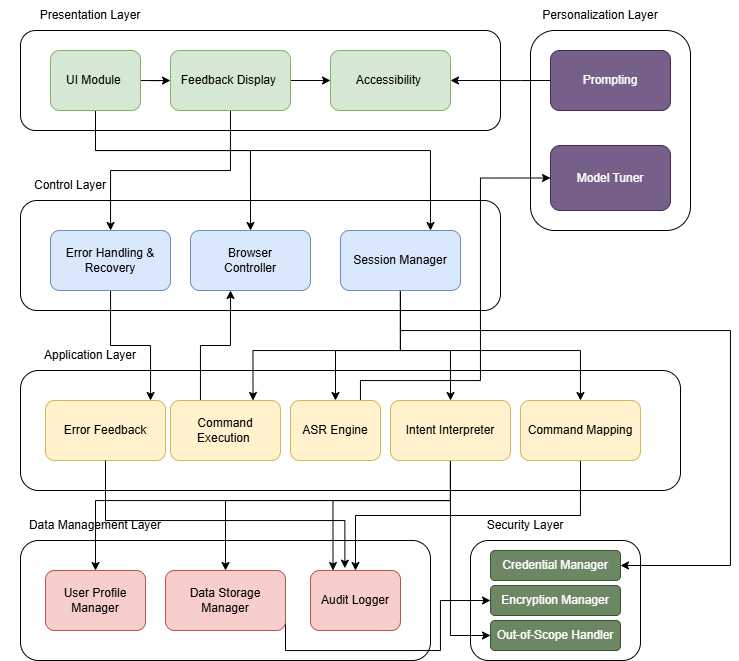
This is docs/imgs/UseHierarchy.png from speech-buddies/VoiceBridge, a draw.io export, as it was before one commit. Source tidied: cells renumbered, new cells last; positions are measured from the earlier drawing's top-left corner, leaving out a move shared by most shapes.
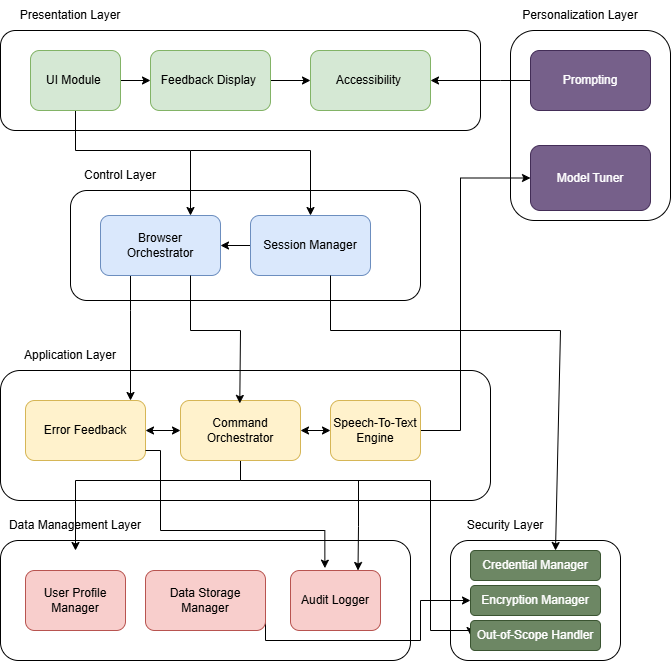
Later version of the same file.

Commit message:
Fixing use hierarchy diagram

Change to the diagram source:
```diff
@@ -9,45 +9,34 @@
       <mxGeometry x="20" width="140" height="30" as="geometry" />
     </mxCell>
     <mxCell id="4" style="rounded=1;whiteSpace=wrap;html=1;" parent="1" vertex="1">
-      <mxGeometry x="20" y="200" width="480" height="110" as="geometry" />
+      <mxGeometry x="90" y="190" width="350" height="110" as="geometry" />
     </mxCell>
     <mxCell id="5" style="rounded=1;whiteSpace=wrap;html=1;" parent="1" vertex="1">
-      <mxGeometry x="20" y="370" width="660" height="120" as="geometry" />
+      <mxGeometry x="20" y="370" width="490" height="130" as="geometry" />
     </mxCell>
     <mxCell id="6" style="rounded=1;whiteSpace=wrap;html=1;" parent="1" vertex="1">
       <mxGeometry x="20" y="540" width="410" height="120" as="geometry" />
     </mxCell>
     <mxCell id="7" style="rounded=1;whiteSpace=wrap;html=1;" parent="1" vertex="1">
-      <mxGeometry x="530" y="30" width="160" height="200" as="geometry" />
+      <mxGeometry x="530" y="30" width="160" height="190" as="geometry" />
     </mxCell>
     <mxCell id="8" style="rounded=1;whiteSpace=wrap;html=1;" parent="1" vertex="1">
       <mxGeometry x="470" y="540" width="170" height="120" as="geometry" />
     </mxCell>
-    <mxCell id="9" style="edgeStyle=orthogonalEdgeStyle;rounded=0;jettySize=auto;html=1;entryX=0.75;entryY=0;entryDx=0;entryDy=0;" parent="1" edge="1" source="12" target="26">
-      <mxGeometry relative="1" as="geometry">
-        <Array as="points">
-          <mxPoint x="95" y="150" />
-          <mxPoint x="430" y="150" />
-        </Array>
-      </mxGeometry>
-    </mxCell>
     <mxCell id="10" style="edgeStyle=orthogonalEdgeStyle;rounded=0;jettySize=auto;html=1;" parent="1" edge="1" source="12" target="15">
       <mxGeometry relative="1" as="geometry" />
     </mxCell>
-    <mxCell id="11" style="edgeStyle=orthogonalEdgeStyle;rounded=0;jettySize=auto;html=1;entryX=0.5;entryY=0;entryDx=0;entryDy=0;" parent="1" edge="1" source="12" target="20">
+    <mxCell id="11" style="edgeStyle=orthogonalEdgeStyle;rounded=0;jettySize=auto;html=1;entryX=0.75;entryY=0;entryDx=0;entryDy=0;" parent="1" edge="1" source="12" target="20">
       <mxGeometry relative="1" as="geometry">
         <Array as="points">
           <mxPoint x="95" y="150" />
-          <mxPoint x="250" y="150" />
+          <mxPoint x="210" y="150" />
         </Array>
       </mxGeometry>
     </mxCell>
     <mxCell id="12" value="UI Module&amp;nbsp;" style="rounded=1;whiteSpace=wrap;html=1;fillColor=#d5e8d4;strokeColor=#82b366;" parent="1" vertex="1">
       <mxGeometry x="50" y="50" width="90" height="60" as="geometry" />
     </mxCell>
-    <mxCell id="13" style="edgeStyle=orthogonalEdgeStyle;rounded=0;jettySize=auto;html=1;" parent="1" edge="1" source="15" target="18">
-      <mxGeometry relative="1" as="geometry" />
-    </mxCell>
     <mxCell id="14" style="edgeStyle=orthogonalEdgeStyle;rounded=0;jettySize=auto;html=1;" parent="1" edge="1" source="15" target="16">
       <mxGeometry relative="1" as="geometry" />
     </mxCell>
@@ -57,66 +46,25 @@
     <mxCell id="16" value="Accessibility&amp;nbsp;" style="rounded=1;whiteSpace=wrap;html=1;fillColor=#d5e8d4;strokeColor=#82b366;" parent="1" vertex="1">
       <mxGeometry x="330" y="50" width="120" height="60" as="geometry" />
     </mxCell>
-    <mxCell id="17" style="edgeStyle=orthogonalEdgeStyle;rounded=0;jettySize=auto;html=1;" parent="1" edge="1" source="18" target="28">
+    <mxCell id="17" style="edgeStyle=orthogonalEdgeStyle;rounded=0;jettySize=auto;html=1;exitX=0.25;exitY=1;exitDx=0;exitDy=0;" parent="1" edge="1" source="20" target="28">
       <mxGeometry relative="1" as="geometry">
         <Array as="points">
-          <mxPoint x="110" y="345" />
-          <mxPoint x="150" y="345" />
+          <mxPoint x="150" y="310" />
+          <mxPoint x="150" y="310" />
         </Array>
       </mxGeometry>
     </mxCell>
-    <mxCell id="18" value="Error Handling &amp;amp; Recovery" style="rounded=1;whiteSpace=wrap;html=1;fillColor=#dae8fc;strokeColor=#6c8ebf;" parent="1" vertex="1">
-      <mxGeometry x="50" y="230" width="120" height="60" as="geometry" />
-    </mxCell>
     <mxCell id="19" value="Control Layer" style="text;html=1;whiteSpace=wrap;strokeColor=none;fillColor=none;align=center;verticalAlign=middle;rounded=0;" parent="1" vertex="1">
-      <mxGeometry y="170" width="140" height="30" as="geometry" />
+      <mxGeometry x="70" y="160" width="140" height="30" as="geometry" />
     </mxCell>
-    <mxCell id="20" value="Browser&lt;div&gt;Controller&lt;/div&gt;" style="rounded=1;whiteSpace=wrap;html=1;fillColor=#dae8fc;strokeColor=#6c8ebf;" parent="1" vertex="1">
-      <mxGeometry x="190" y="230" width="120" height="60" as="geometry" />
+    <mxCell id="20" value="Browser&lt;div&gt;Orchestrator&lt;/div&gt;" style="rounded=1;whiteSpace=wrap;html=1;fillColor=#dae8fc;strokeColor=#6c8ebf;" parent="1" vertex="1">
+      <mxGeometry x="120" y="215" width="120" height="60" as="geometry" />
     </mxCell>
-    <mxCell id="21" style="edgeStyle=orthogonalEdgeStyle;rounded=0;jettySize=auto;html=1;entryX=0.75;entryY=0;entryDx=0;entryDy=0;" parent="1" edge="1" source="26" target="30">
-      <mxGeometry relative="1" as="geometry">
-        <Array as="points">
-          <mxPoint x="400" y="350" />
-          <mxPoint x="253" y="350" />
-        </Array>
-      </mxGeometry>
-    </mxCell>
-    <mxCell id="22" style="edgeStyle=orthogonalEdgeStyle;rounded=0;jettySize=auto;html=1;" parent="1" edge="1" source="26" target="32">
-      <mxGeometry relative="1" as="geometry">
-        <Array as="points">
-          <mxPoint x="400" y="350" />
-          <mxPoint x="335" y="350" />
-        </Array>
-      </mxGeometry>
-    </mxCell>
-    <mxCell id="23" style="edgeStyle=orthogonalEdgeStyle;rounded=0;jettySize=auto;html=1;entryX=0.5;entryY=0;entryDx=0;entryDy=0;" parent="1" edge="1" source="26" target="37">
-      <mxGeometry relative="1" as="geometry">
-        <Array as="points">
-          <mxPoint x="400" y="350" />
-          <mxPoint x="450" y="350" />
-        </Array>
-      </mxGeometry>
-    </mxCell>
-    <mxCell id="24" style="edgeStyle=orthogonalEdgeStyle;rounded=0;jettySize=auto;html=1;" parent="1" edge="1" source="26" target="39">
-      <mxGeometry relative="1" as="geometry">
-        <Array as="points">
-          <mxPoint x="400" y="350" />
-          <mxPoint x="580" y="350" />
-        </Array>
-      </mxGeometry>
-    </mxCell>
-    <mxCell id="25" style="edgeStyle=orthogonalEdgeStyle;rounded=0;jettySize=auto;html=1;entryX=1;entryY=0.5;entryDx=0;entryDy=0;" parent="1" edge="1" source="26" target="49">
-      <mxGeometry relative="1" as="geometry">
-        <Array as="points">
-          <mxPoint x="400" y="330" />
-          <mxPoint x="730" y="330" />
-          <mxPoint x="730" y="565" />
-        </Array>
-      </mxGeometry>
-    </mxCell>
+    <mxCell id="54" style="edgeStyle=orthogonalEdgeStyle;rounded=0;jettySize=auto;html=1;exitX=0;exitY=0.5;exitDx=0;exitDy=0;entryX=1;entryY=0.5;entryDx=0;entryDy=0;" parent="1" edge="1" source="26" target="20">
+      <mxGeometry relative="1" as="geometry" />
+    </mxCell>
     <mxCell id="26" value="Session Manager" style="rounded=1;whiteSpace=wrap;html=1;fillColor=#dae8fc;strokeColor=#6c8ebf;" parent="1" vertex="1">
-      <mxGeometry x="340" y="230" width="120" height="60" as="geometry" />
+      <mxGeometry x="270" y="215" width="120" height="60" as="geometry" />
     </mxCell>
     <mxCell id="27" value="Application Layer" style="text;html=1;whiteSpace=wrap;strokeColor=none;fillColor=none;align=center;verticalAlign=middle;rounded=0;" parent="1" vertex="1">
       <mxGeometry x="20" y="340" width="140" height="30" as="geometry" />
@@ -124,67 +72,52 @@
     <mxCell id="28" value="Error Feedback" style="rounded=1;whiteSpace=wrap;html=1;fillColor=#fff2cc;strokeColor=#d6b656;" parent="1" vertex="1">
       <mxGeometry x="45" y="400" width="120" height="60" as="geometry" />
     </mxCell>
-    <mxCell id="29" style="edgeStyle=orthogonalEdgeStyle;rounded=0;jettySize=auto;html=1;" parent="1" edge="1" source="30">
-      <mxGeometry relative="1" as="geometry">
-        <mxPoint x="230" y="290" as="targetPoint" />
-        <Array as="points">
-          <mxPoint x="200" y="345" />
-          <mxPoint x="230" y="345" />
-        </Array>
-      </mxGeometry>
-    </mxCell>
-    <mxCell id="30" value="Command Execution&amp;nbsp;" style="rounded=1;whiteSpace=wrap;html=1;fillColor=#fff2cc;strokeColor=#d6b656;" parent="1" vertex="1">
-      <mxGeometry x="170" y="400" width="110" height="60" as="geometry" />
-    </mxCell>
-    <mxCell id="31" style="edgeStyle=orthogonalEdgeStyle;rounded=0;jettySize=auto;html=1;entryX=0;entryY=0.5;entryDx=0;entryDy=0;exitX=0.75;exitY=0;exitDx=0;exitDy=0;" parent="1" edge="1" source="32" target="42">
+    <mxCell id="31" style="edgeStyle=orthogonalEdgeStyle;rounded=0;jettySize=auto;html=1;entryX=0;entryY=0.5;entryDx=0;entryDy=0;exitX=1;exitY=0.5;exitDx=0;exitDy=0;" parent="1" edge="1" source="32" target="42">
       <mxGeometry relative="1" as="geometry">
         <Array as="points">
-          <mxPoint x="360" y="400" />
-          <mxPoint x="360" y="380" />
-          <mxPoint x="480" y="380" />
+          <mxPoint x="480" y="430" />
           <mxPoint x="480" y="178" />
         </Array>
       </mxGeometry>
     </mxCell>
-    <mxCell id="32" value="ASR Engine" style="rounded=1;whiteSpace=wrap;html=1;fillColor=#fff2cc;strokeColor=#d6b656;" parent="1" vertex="1">
-      <mxGeometry x="290" y="400" width="90" height="60" as="geometry" />
+    <mxCell id="32" value="Speech-To-Text Engine" style="rounded=1;whiteSpace=wrap;html=1;fillColor=#fff2cc;strokeColor=#d6b656;" parent="1" vertex="1">
+      <mxGeometry x="350" y="400" width="90" height="60" as="geometry" />
     </mxCell>
-    <mxCell id="33" style="edgeStyle=orthogonalEdgeStyle;rounded=0;jettySize=auto;html=1;entryX=0.5;entryY=0;entryDx=0;entryDy=0;" parent="1" edge="1" source="37" target="47">
-      <mxGeometry relative="1" as="geometry">
-        <Array as="points">
-          <mxPoint x="450" y="500" />
-          <mxPoint x="225" y="500" />
-        </Array>
-      </mxGeometry>
-    </mxCell>
-    <mxCell id="34" style="edgeStyle=orthogonalEdgeStyle;rounded=0;jettySize=auto;html=1;entryX=0.25;entryY=0;entryDx=0;entryDy=0;" parent="1" edge="1" source="37" target="48">
-      <mxGeometry relative="1" as="geometry">
-        <Array as="points">
-          <mxPoint x="450" y="500" />
-          <mxPoint x="333" y="500" />
-        </Array>
-      </mxGeometry>
-    </mxCell>
-    <mxCell id="35" style="edgeStyle=orthogonalEdgeStyle;rounded=0;jettySize=auto;html=1;entryX=0;entryY=0.5;entryDx=0;entryDy=0;" parent="1" edge="1" source="37" target="51">
-      <mxGeometry relative="1" as="geometry" />
-    </mxCell>
-    <mxCell id="36" style="edgeStyle=orthogonalEdgeStyle;rounded=0;jettySize=auto;html=1;entryX=0.5;entryY=0;entryDx=0;entryDy=0;" parent="1" edge="1" source="37" target="45">
+    <mxCell id="36" style="edgeStyle=orthogonalEdgeStyle;rounded=0;orthogonalLoop=1;jettySize=auto;html=1;entryX=0.5;entryY=0;entryDx=0;entryDy=0;" parent="1" edge="1">
       <mxGeometry relative="1" as="geometry">
+        <mxPoint x="250" y="440" as="sourcePoint" />
+        <mxPoint x="95" y="550" as="targetPoint" />
         <Array as="points">
-          <mxPoint x="450" y="500" />
-          <mxPoint x="95" y="500" />
+          <mxPoint x="260" y="440" />
+          <mxPoint x="260" y="480" />
+          <mxPoint x="95" y="480" />
         </Array>
       </mxGeometry>
     </mxCell>
+    <mxCell id="55" style="edgeStyle=orthogonalEdgeStyle;rounded=0;jettySize=auto;html=1;entryX=0;entryY=0.5;entryDx=0;entryDy=0;exitX=0.417;exitY=1.083;exitDx=0;exitDy=0;exitPerimeter=0;" parent="1" edge="1" target="51">
+      <mxGeometry relative="1" as="geometry">
+        <mxPoint x="250" y="445" as="sourcePoint" />
+        <Array as="points">
+          <mxPoint x="260" y="445" />
+          <mxPoint x="260" y="480" />
+          <mxPoint x="450" y="480" />
+          <mxPoint x="450" y="630" />
+          <mxPoint x="490" y="630" />
+        </Array>
+      </mxGeometry>
+    </mxCell>
+    <mxCell id="56" style="edgeStyle=orthogonalEdgeStyle;rounded=0;jettySize=auto;html=1;entryX=0.75;entryY=0;entryDx=0;entryDy=0;" parent="1" edge="1" target="48">
+      <mxGeometry relative="1" as="geometry">
+        <mxPoint x="370" y="480" as="sourcePoint" />
+        <Array as="points">
+          <mxPoint x="378" y="480" />
+          <mxPoint x="378" y="526" />
+        </Array>
+      </mxGeometry>
+    </mxCell>
-    <mxCell id="37" value="Intent Interpreter" style="rounded=1;whiteSpace=wrap;html=1;fillColor=#fff2cc;strokeColor=#d6b656;" parent="1" vertex="1">
-      <mxGeometry x="390" y="400" width="120" height="60" as="geometry" />
+    <mxCell id="37" value="Command Orchestrator" style="rounded=1;whiteSpace=wrap;html=1;fillColor=#fff2cc;strokeColor=#d6b656;" parent="1" vertex="1">
+      <mxGeometry x="200" y="400" width="120" height="60" as="geometry" />
     </mxCell>
-    <mxCell id="38" style="edgeStyle=orthogonalEdgeStyle;rounded=0;jettySize=auto;html=1;exitX=0.5;exitY=1;exitDx=0;exitDy=0;entryX=0.5;entryY=0;entryDx=0;entryDy=0;" parent="1" edge="1" source="39" target="48">
-      <mxGeometry relative="1" as="geometry" />
-    </mxCell>
-    <mxCell id="39" value="Command Mapping" style="rounded=1;whiteSpace=wrap;html=1;fillColor=#fff2cc;strokeColor=#d6b656;" parent="1" vertex="1">
-      <mxGeometry x="520" y="400" width="120" height="60" as="geometry" />
-    </mxCell>
     <mxCell id="40" value="Personalization Layer" style="text;html=1;whiteSpace=wrap;strokeColor=none;fillColor=none;align=center;verticalAlign=middle;rounded=0;" parent="1" vertex="1">
       <mxGeometry x="530" width="140" height="30" as="geometry" />
     </mxCell>
@@ -212,8 +145,8 @@
     <mxCell id="46" style="edgeStyle=orthogonalEdgeStyle;rounded=0;jettySize=auto;html=1;exitX=1;exitY=0.5;exitDx=0;exitDy=0;entryX=0;entryY=0.5;entryDx=0;entryDy=0;" parent="1" edge="1" source="47" target="50">
       <mxGeometry relative="1" as="geometry">
         <Array as="points">
-          <mxPoint x="285" y="650" />
-          <mxPoint x="440" y="650" />
+          <mxPoint x="285" y="640" />
+          <mxPoint x="440" y="640" />
           <mxPoint x="440" y="600" />
         </Array>
       </mxGeometry>
@@ -236,13 +169,52 @@
     <mxCell id="52" style="edgeStyle=orthogonalEdgeStyle;rounded=0;jettySize=auto;html=1;entryX=0.382;entryY=-0.039;entryDx=0;entryDy=0;entryPerimeter=0;" parent="1" edge="1" source="28" target="48">
       <mxGeometry relative="1" as="geometry">
         <Array as="points">
-          <mxPoint x="105" y="520" />
-          <mxPoint x="344" y="520" />
+          <mxPoint x="180" y="450" />
+          <mxPoint x="180" y="530" />
+          <mxPoint x="344" y="530" />
         </Array>
       </mxGeometry>
     </mxCell>
     <mxCell id="53" value="Security Layer" style="text;html=1;whiteSpace=wrap;strokeColor=none;fillColor=none;align=center;verticalAlign=middle;rounded=0;" parent="1" vertex="1">
       <mxGeometry x="470" y="510" width="110" height="30" as="geometry" />
     </mxCell>
+    <mxCell id="57" style="endArrow=classic;html=1;rounded=0;entryX=0.5;entryY=0;entryDx=0;entryDy=0;" parent="1" edge="1" target="26">
+      <mxGeometry relative="1" as="geometry">
+        <mxPoint x="210" y="150" as="sourcePoint" />
+        <Array as="points">
+          <mxPoint x="330" y="150" />
+        </Array>
+      </mxGeometry>
+    </mxCell>
+    <mxCell id="58" style="endArrow=classic;startArrow=classic;html=1;rounded=0;exitX=1;exitY=0.5;exitDx=0;exitDy=0;entryX=0;entryY=0.5;entryDx=0;entryDy=0;" parent="1" edge="1" source="37" target="32">
+      <mxGeometry relative="1" as="geometry" />
+    </mxCell>
+    <mxCell id="59" style="endArrow=classic;startArrow=classic;html=1;rounded=0;exitX=1;exitY=0.25;exitDx=0;exitDy=0;" parent="1" edge="1">
+      <mxGeometry relative="1" as="geometry">
+        <mxPoint x="165" y="430" as="sourcePoint" />
+        <mxPoint x="200" y="430" as="targetPoint" />
+      </mxGeometry>
+    </mxCell>
+    <mxCell id="60" style="edgeStyle=orthogonalEdgeStyle;rounded=0;orthogonalLoop=1;jettySize=auto;html=1;exitX=0.5;exitY=1;exitDx=0;exitDy=0;" parent="1" edge="1" source="7" target="7">
+      <mxGeometry relative="1" as="geometry" />
+    </mxCell>
+    <mxCell id="61" style="endArrow=classic;html=1;rounded=0;exitX=0.75;exitY=1;exitDx=0;exitDy=0;entryX=0.494;entryY=0.049;entryDx=0;entryDy=0;entryPerimeter=0;" parent="1" edge="1" source="20" target="37">
+      <mxGeometry relative="1" as="geometry">
+        <Array as="points">
+          <mxPoint x="210" y="330" />
+          <mxPoint x="260" y="330" />
+        </Array>
+      </mxGeometry>
+    </mxCell>
+    <mxCell id="62" style="endArrow=classic;html=1;rounded=0;exitX=0.5;exitY=1;exitDx=0;exitDy=0;entryX=0.5;entryY=0;entryDx=0;entryDy=0;" parent="1" edge="1">
+      <mxGeometry relative="1" as="geometry">
+        <mxPoint x="350" y="275" as="sourcePoint" />
+        <mxPoint x="575" y="550" as="targetPoint" />
+        <Array as="points">
+          <mxPoint x="350" y="330" />
+          <mxPoint x="580" y="330" />
+        </Array>
+      </mxGeometry>
+    </mxCell>
   </root>
 </mxGraphModel>
```
